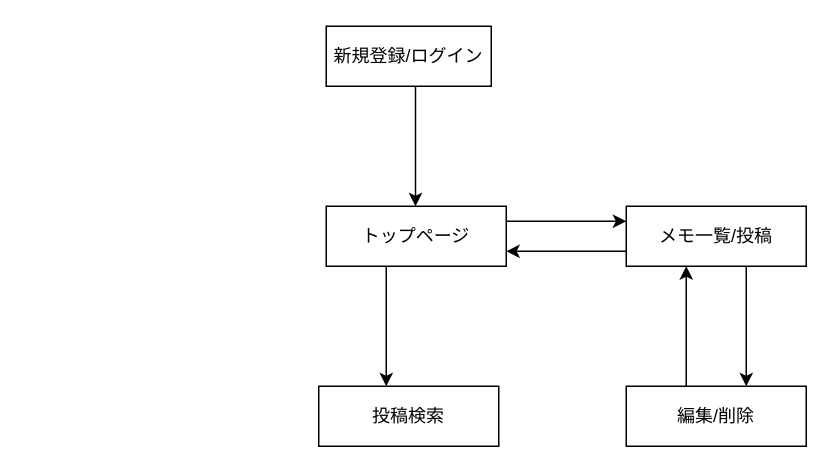
I-Kouta/easy-memo keeps this draw.io diagram as page.dio. Above is the earlier version. Source tidied: cells renumbered, new cells numbered last; positions are measured from the earlier drawing's top-left corner, leaving out a move shared by most shapes. Both pictures are drawn from the tidied source at 150%, with x=0, y=0 at pixel (318, 26).
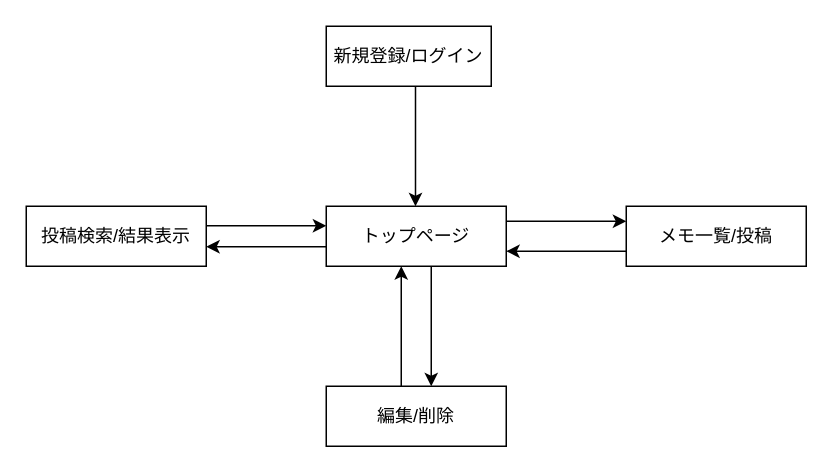
After the change.

Commit message:
画面遷移図の修正

The edit, as a diff of the source:
```diff
@@
     <mxCell id="7" value="編集/削除" style="rounded=0;whiteSpace=wrap;html=1;" parent="1" vertex="1">
-      <mxGeometry x="205" y="240" width="120" height="40" as="geometry" />
+      <mxGeometry x="5" y="240" width="120" height="40" as="geometry" />
     </mxCell>
     <mxCell id="8" style="endArrow=classic;html=1;" parent="1" edge="1">
       <mxGeometry relative="1" as="geometry">
-        <mxPoint x="285" y="160" as="sourcePoint" />
-        <mxPoint x="285" y="240" as="targetPoint" />
+        <mxPoint x="75" y="160" as="sourcePoint" />
+        <mxPoint x="75" y="240" as="targetPoint" />
       </mxGeometry>
     </mxCell>
     <mxCell id="9" style="endArrow=classic;html=1;" parent="1" edge="1">
       <mxGeometry relative="1" as="geometry">
-        <mxPoint x="245" y="240" as="sourcePoint" />
-        <mxPoint x="245" y="160" as="targetPoint" />
+        <mxPoint x="55" y="240" as="sourcePoint" />
+        <mxPoint x="55" y="160" as="targetPoint" />
       </mxGeometry>
     </mxCell>
@@
-    <mxCell id="11" value="投稿検索" style="rounded=0;whiteSpace=wrap;html=1;" parent="1" vertex="1">
-      <mxGeometry y="240" width="120" height="40" as="geometry" />
+    <mxCell id="11" value="投稿検索/結果表示" style="rounded=0;whiteSpace=wrap;html=1;" parent="1" vertex="1">
+      <mxGeometry x="-195" y="120" width="120" height="40" as="geometry" />
     </mxCell>
     <mxCell id="12" style="endArrow=classic;html=1;" parent="1" edge="1">
       <mxGeometry relative="1" as="geometry">
-        <mxPoint x="45" y="160" as="sourcePoint" />
-        <mxPoint x="45" y="240" as="targetPoint" />
+        <mxPoint x="5" y="147" as="sourcePoint" />
+        <mxPoint x="-75" y="147" as="targetPoint" />
       </mxGeometry>
     </mxCell>
+    <mxCell id="13" style="endArrow=classic;html=1;" parent="1" edge="1">
+      <mxGeometry relative="1" as="geometry">
+        <mxPoint x="-75" y="133" as="sourcePoint" />
+        <mxPoint x="5" y="133" as="targetPoint" />
+      </mxGeometry>
+    </mxCell>
```
